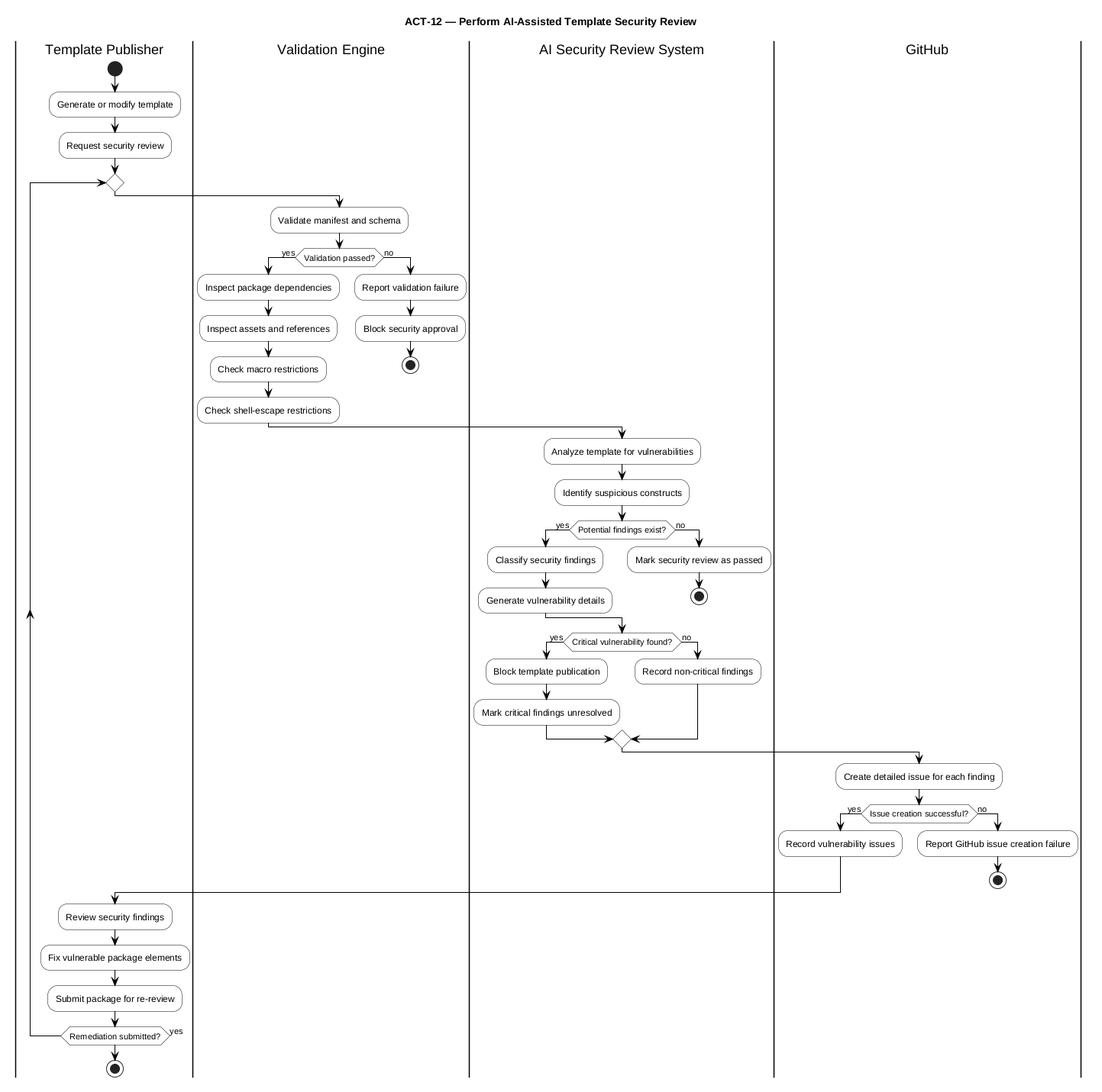
The PlantUML diagram Figures/activity/12-security-review.png in Litho-MD/uet-fyp-docs, before a commit.
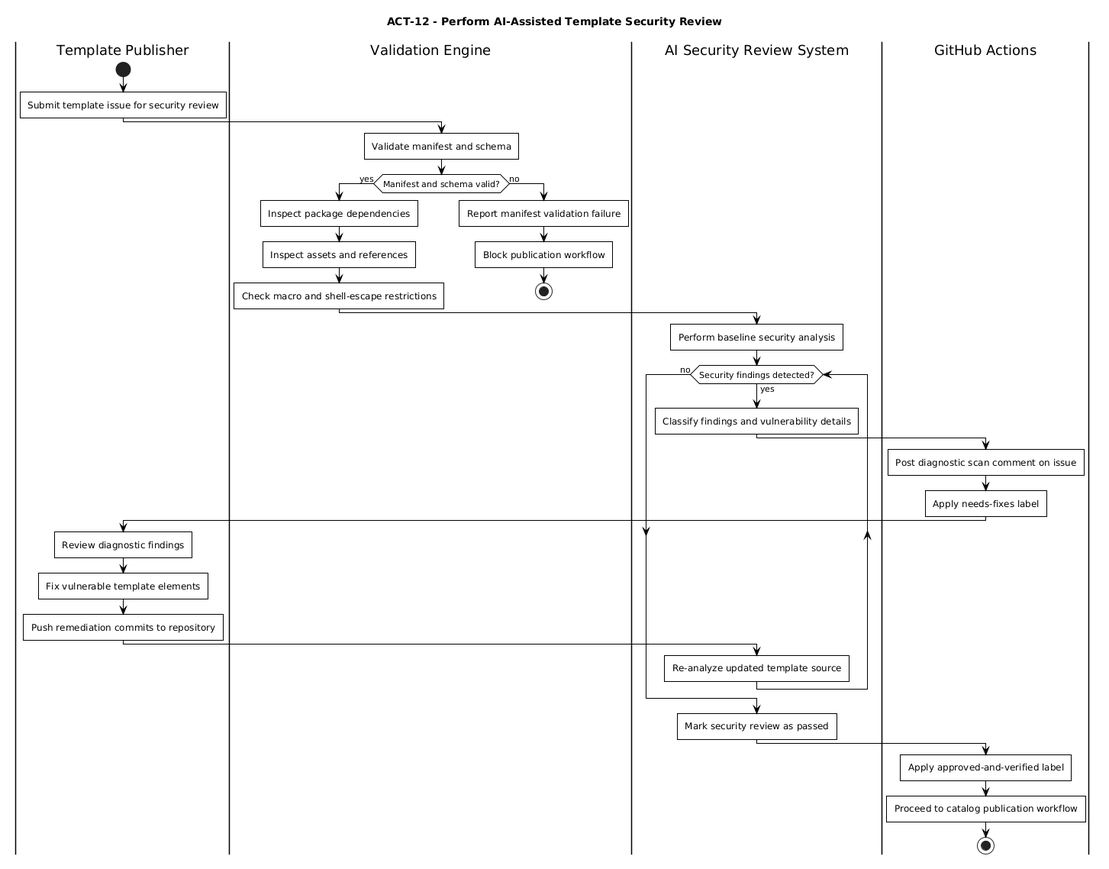
Later version of the same file.

What changed in the source:
```diff
@@ -1,9 +1,14 @@
 @startuml
-title ACT-12 — Perform AI-Assisted Template Security Review
+title ACT-12 - Perform AI-Assisted Template Security Review
 
 skinparam monochrome true
 skinparam backgroundColor white
 skinparam shadowing false
+skinparam roundCorner 0
+skinparam defaultTextAlignment center
+skinparam ArrowColor black
+skinparam defaultFontColor black
+skinparam activityBorderThickness 1
 skinparam activity {
     BackgroundColor white
     BorderColor black
@@ -11,61 +16,44 @@
     DiamondBackgroundColor white
     DiamondBorderColor black
 }
-skinparam ArrowColor black
-skinparam defaultFontColor black
 
 |Template Publisher|
 start
-:Generate or modify template;
-:Request security review;
+:Submit template issue for security review;
 
-repeat
-    |Validation Engine|
-    :Validate manifest and schema;
-    if (Validation passed?) then (yes)
-        :Inspect package dependencies;
-        :Inspect assets and references;
-        :Check macro restrictions;
-        :Check shell-escape restrictions;
-    else (no)
-        :Report validation failure;
-        :Block security approval;
-        stop
-    endif
+|Validation Engine|
+:Validate manifest and schema;
+if (Manifest and schema valid?) then (yes)
+    :Inspect package dependencies;
+    :Inspect assets and references;
+    :Check macro and shell-escape restrictions;
+else (no)
+    :Report manifest validation failure;
+    :Block publication workflow;
+    stop
+endif
 
+|AI Security Review System|
+:Perform baseline security analysis;
+
+while (Security findings detected?) is (yes)
+    :Classify findings and vulnerability details;
+    |GitHub Actions|
+    :Post diagnostic scan comment on issue;
+    :Apply needs-fixes label;
+    |Template Publisher|
+    :Review diagnostic findings;
+    :Fix vulnerable template elements;
+    :Push remediation commits to repository;
     |AI Security Review System|
-    :Analyze template for vulnerabilities;
-    :Identify suspicious constructs;
-    if (Potential findings exist?) then (yes)
-        :Classify security findings;
-        :Generate vulnerability details;
-    else (no)
-        :Mark security review as passed;
-        stop
-    endif
+    :Re-analyze updated template source;
+endwhile (no)
 
-    if (Critical vulnerability found?) then (yes)
-        :Block template publication;
-        :Mark critical findings unresolved;
-    else (no)
-        :Record non-critical findings;
-    endif
+|AI Security Review System|
+:Mark security review as passed;
 
-    |GitHub|
-    :Create detailed issue for each finding;
-    if (Issue creation successful?) then (yes)
-        :Record vulnerability issues;
-    else (no)
-        :Report GitHub issue creation failure;
-        stop
-    endif
-
-    |Template Publisher|
-    :Review security findings;
-    :Fix vulnerable package elements;
-    :Submit package for re-review;
-
-repeat while (Remediation submitted?) is (yes)
-
+|GitHub Actions|
+:Apply approved-and-verified label;
+:Proceed to catalog publication workflow;
 stop
 @enduml
```
